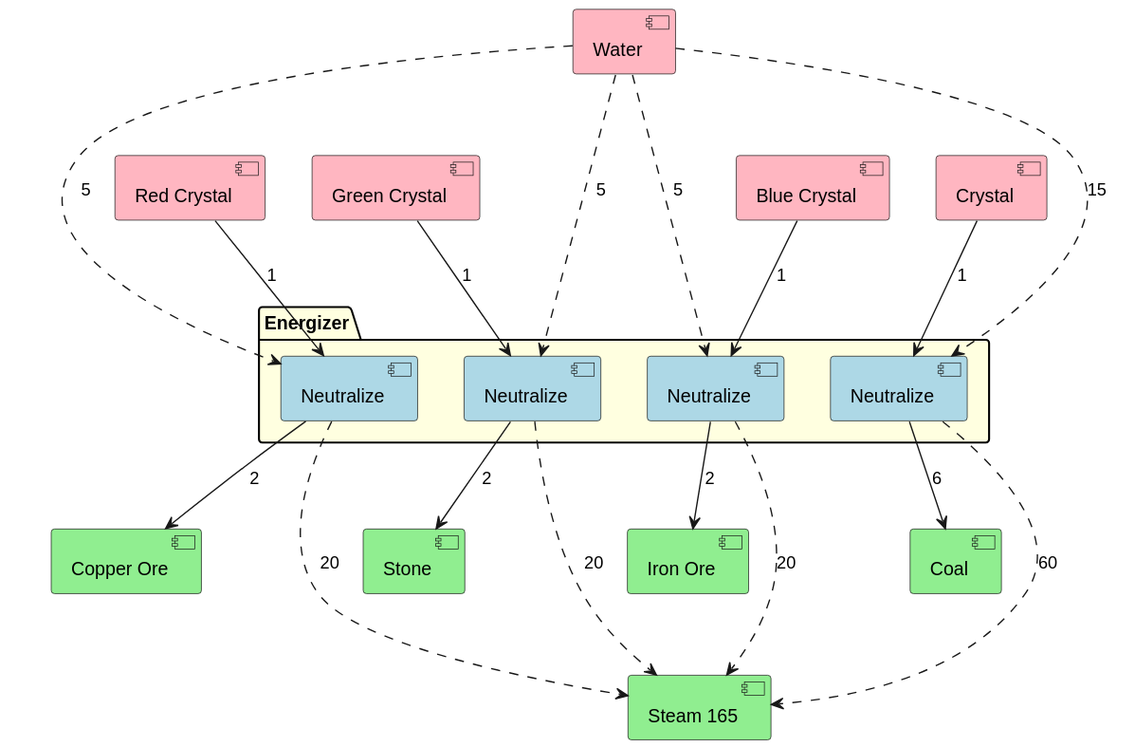
This is Documentation/CreateOre.svg from Thomas-De-Praetere/CrystalMod, a PlantUML export, as it was before one commit.
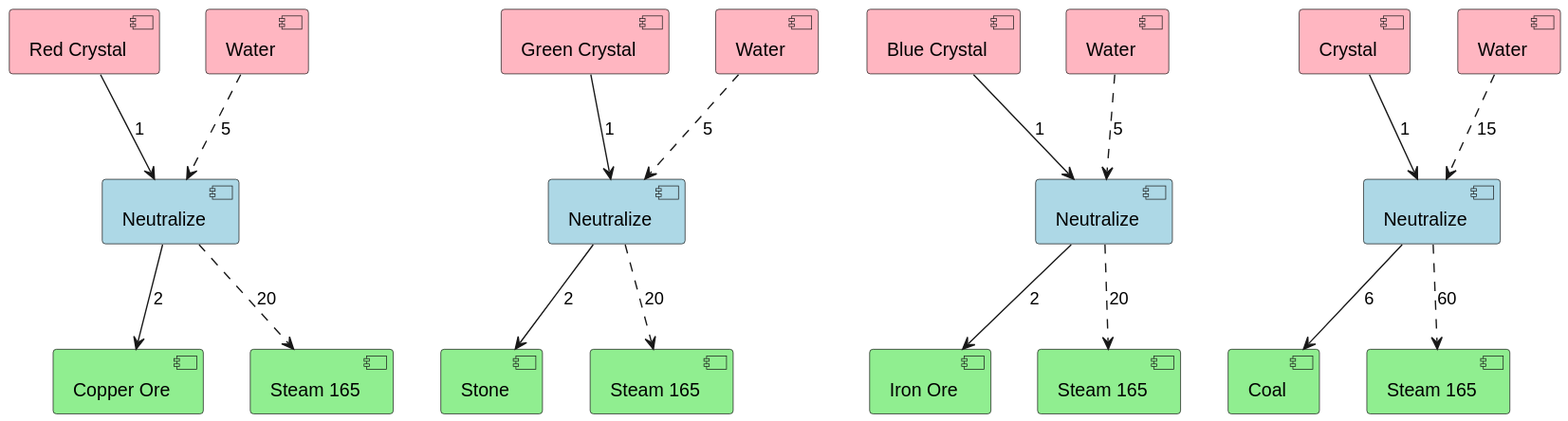
After the commit.

Diff of the diagram source:
```diff
@@ -7,20 +7,25 @@
 [Green Crystal] as GC #lightpink
 [Blue Crystal] as BC #lightpink
 [Crystal] as C #lightpink
-[Water] as W #lightpink
+[Water] as W1 #lightpink
+[Water] as W2 #lightpink
+[Water] as W3 #lightpink
+[Water] as W4 #lightpink
 
 [Iron Ore] as FE #lightgreen
 [Copper Ore] as CU #lightgreen
 [Stone] as S #lightgreen
 [Coal] as Ca #lightgreen
-[Steam 165] as PA #lightgreen
+[Steam 165] as PA1 #lightgreen
+[Steam 165] as PA2 #lightgreen
+[Steam 165] as PA3 #lightgreen
+[Steam 165] as PA4 #lightgreen
 
-package Energizer #lightyellow {
 [Neutralize] as NR #lightblue
 [Neutralize] as NG #lightblue
 [Neutralize] as NB #lightblue
 [Neutralize] as NC #lightblue
-}
+
 
 RC --> NR : 1
 GC --> NG : 1
@@ -32,13 +37,13 @@
 NB --> FE : 2
 NC --> Ca : 6
 
-NR ...> PA : 20
-NG ...> PA : 20
-NB ...> PA : 20
-NC ...> PA : 60
+NR ..> PA1 : 20
+NG ..> PA2 : 20
+NB ..> PA3 : 20
+NC ..> PA4 : 60
 
-W ...> NR : 5
-W ...> NG : 5
-W ...> NB : 5
-W ...> NC : 15
+W1 ..> NR : 5
+W2 ..> NG : 5
+W3 ..> NB : 5
+W4 ..> NC : 15
 @enduml
```
